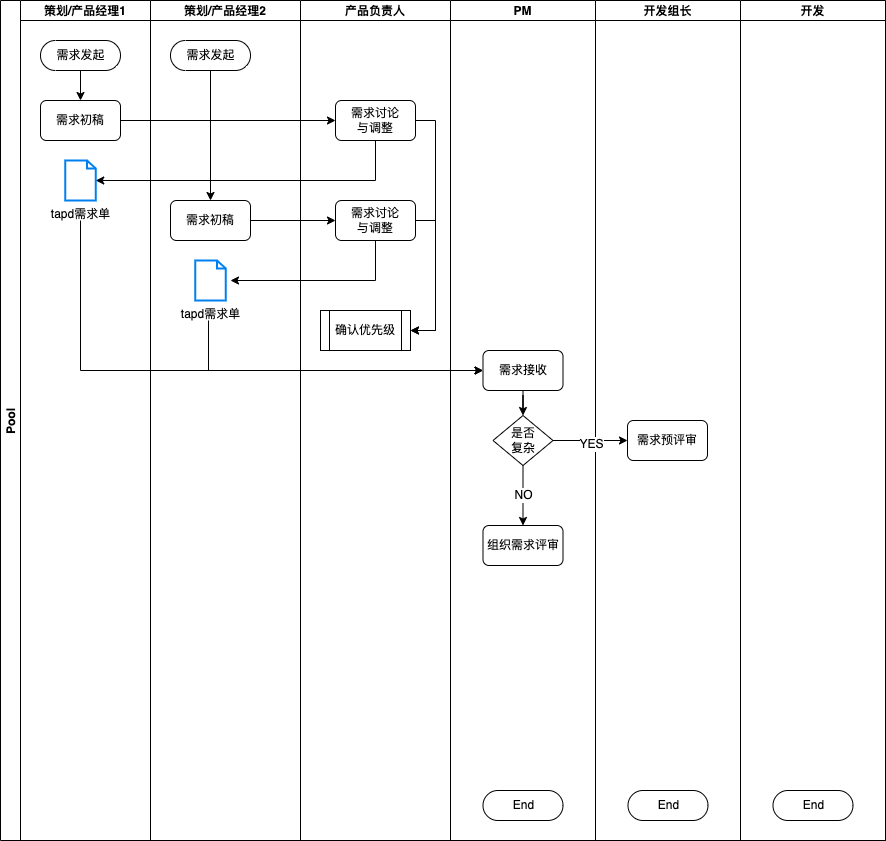
Before: Untitled Diagram.drawio.png, a diagram exported from draw.io (derek964/the-economist-ebooks). Source tidied: cells renumbered, new cells last; positions are measured from the earlier drawing's top-left corner, leaving out a move shared by most shapes. Source of this version:
```xml
<mxGraphModel>
  <root>
    <mxCell id="0" />
    <mxCell id="1" parent="0" />
    <mxCell id="2" value="Pool" style="swimlane;startSize=20;horizontal=0;" parent="1" vertex="1">
      <mxGeometry width="885" height="840" as="geometry" />
    </mxCell>
    <mxCell id="3" value="策划/产品经理1" style="swimlane;startSize=20;" parent="2" vertex="1">
      <mxGeometry x="20" width="130" height="840" as="geometry" />
    </mxCell>
    <mxCell id="4" style="edgeStyle=orthogonalEdgeStyle;rounded=0;jettySize=auto;html=1;" parent="3" edge="1" source="5" target="6">
      <mxGeometry relative="1" as="geometry" />
    </mxCell>
    <mxCell id="5" value="需求发起" style="html=1;dashed=0;whitespace=wrap;shape=mxgraph.dfd.start;" parent="3" vertex="1">
      <mxGeometry x="20" y="40" width="80" height="30" as="geometry" />
    </mxCell>
    <mxCell id="6" value="需求初稿" style="rounded=1;whiteSpace=wrap;html=1;" parent="3" vertex="1">
      <mxGeometry x="20" y="100" width="80" height="40" as="geometry" />
    </mxCell>
    <mxCell id="7" value="tapd需求单" style="html=1;verticalLabelPosition=bottom;align=center;labelBackgroundColor=#ffffff;verticalAlign=top;strokeWidth=2;strokeColor=#0080F0;shadow=0;dashed=0;shape=mxgraph.ios7.icons.document;fillColor=#FFFFFF;" parent="3" vertex="1">
      <mxGeometry x="44.8" y="160" width="30.5" height="40" as="geometry" />
    </mxCell>
    <mxCell id="8" value="策划/产品经理2" style="swimlane;startSize=20;" parent="2" vertex="1">
      <mxGeometry x="150" width="150" height="840" as="geometry" />
    </mxCell>
    <mxCell id="9" value="需求发起" style="html=1;dashed=0;whitespace=wrap;shape=mxgraph.dfd.start;" parent="8" vertex="1">
      <mxGeometry x="20" y="40" width="80" height="30" as="geometry" />
    </mxCell>
    <mxCell id="10" value="需求初稿" style="rounded=1;whiteSpace=wrap;html=1;" parent="8" vertex="1">
      <mxGeometry x="20" y="200" width="80" height="40" as="geometry" />
    </mxCell>
    <mxCell id="11" style="edgeStyle=orthogonalEdgeStyle;rounded=0;jettySize=auto;html=1;" parent="8" edge="1" source="9" target="10">
      <mxGeometry relative="1" as="geometry" />
    </mxCell>
    <mxCell id="12" value="tapd需求单" style="html=1;verticalLabelPosition=bottom;align=center;labelBackgroundColor=#ffffff;verticalAlign=top;strokeWidth=2;strokeColor=#0080F0;shadow=0;dashed=0;shape=mxgraph.ios7.icons.document;fillColor=#FFFFFF;" parent="8" vertex="1">
      <mxGeometry x="44.8" y="260" width="30.5" height="40" as="geometry" />
    </mxCell>
    <mxCell id="13" style="edgeStyle=orthogonalEdgeStyle;rounded=0;jettySize=auto;html=1;" parent="2" edge="1" source="10" target="17">
      <mxGeometry relative="1" as="geometry" />
    </mxCell>
    <mxCell id="14" value="产品负责人" style="swimlane;startSize=20;" parent="2" vertex="1">
      <mxGeometry x="300" width="150" height="840" as="geometry" />
    </mxCell>
    <mxCell id="15" style="edgeStyle=orthogonalEdgeStyle;rounded=0;jettySize=auto;html=1;exitX=1;exitY=0.5;exitDx=0;exitDy=0;entryX=1;entryY=0.5;entryDx=0;entryDy=0;" parent="14" edge="1" source="17" target="19">
      <mxGeometry relative="1" as="geometry" />
    </mxCell>
    <mxCell id="16" value="需求讨论&lt;br&gt;与调整" style="rounded=1;whiteSpace=wrap;html=1;" parent="14" vertex="1">
      <mxGeometry x="35" y="100" width="80" height="40" as="geometry" />
    </mxCell>
    <mxCell id="17" value="需求讨论&lt;br&gt;与调整" style="rounded=1;whiteSpace=wrap;html=1;" parent="14" vertex="1">
      <mxGeometry x="35" y="200" width="80" height="40" as="geometry" />
    </mxCell>
    <mxCell id="18" style="edgeStyle=orthogonalEdgeStyle;rounded=0;jettySize=auto;html=1;exitX=1;exitY=0.5;exitDx=0;exitDy=0;entryX=1;entryY=0.5;entryDx=0;entryDy=0;" parent="14" edge="1" source="16" target="19">
      <mxGeometry relative="1" as="geometry">
        <Array as="points">
          <mxPoint x="135" y="120" />
          <mxPoint x="135" y="330" />
        </Array>
      </mxGeometry>
    </mxCell>
    <mxCell id="19" value="确认优先级" style="shape=process;whiteSpace=wrap;html=1;backgroundOutline=1;" parent="14" vertex="1">
      <mxGeometry x="20" y="310" width="90" height="40" as="geometry" />
    </mxCell>
    <mxCell id="20" value="PM" style="swimlane;startSize=20;" parent="2" vertex="1">
      <mxGeometry x="450" width="145" height="840" as="geometry" />
    </mxCell>
    <mxCell id="21" value="End" style="html=1;dashed=0;whitespace=wrap;shape=mxgraph.dfd.start;" parent="20" vertex="1">
      <mxGeometry x="32.5" y="790" width="80" height="30" as="geometry" />
    </mxCell>
    <mxCell id="22" style="edgeStyle=orthogonalEdgeStyle;rounded=0;jettySize=auto;html=1;" parent="20" edge="1" source="23" target="25">
      <mxGeometry relative="1" as="geometry" />
    </mxCell>
    <mxCell id="23" value="需求接收" style="rounded=1;whiteSpace=wrap;html=1;" parent="20" vertex="1">
      <mxGeometry x="32.5" y="350" width="80" height="40" as="geometry" />
    </mxCell>
    <mxCell id="24" value="NO" style="edgeStyle=orthogonalEdgeStyle;rounded=0;jettySize=auto;html=1;" parent="20" edge="1" source="25" target="26">
      <mxGeometry relative="1" as="geometry" />
    </mxCell>
    <mxCell id="25" value="是否&lt;br&gt;复杂" style="rhombus;whiteSpace=wrap;html=1;fillColor=#FFFFFF;" parent="20" vertex="1">
      <mxGeometry x="42.5" y="415" width="60" height="50" as="geometry" />
    </mxCell>
    <mxCell id="26" value="组织需求评审" style="rounded=1;whiteSpace=wrap;html=1;" parent="20" vertex="1">
      <mxGeometry x="32.5" y="525" width="80" height="40" as="geometry" />
    </mxCell>
    <mxCell id="27" value="开发组长" style="swimlane;startSize=20;" parent="2" vertex="1">
      <mxGeometry x="595" width="145" height="840" as="geometry" />
    </mxCell>
    <mxCell id="28" value="End" style="html=1;dashed=0;whitespace=wrap;shape=mxgraph.dfd.start;" parent="27" vertex="1">
      <mxGeometry x="32.5" y="790" width="80" height="30" as="geometry" />
    </mxCell>
    <mxCell id="29" value="需求预评审" style="rounded=1;whiteSpace=wrap;html=1;" parent="27" vertex="1">
      <mxGeometry x="32" y="420" width="80" height="40" as="geometry" />
    </mxCell>
    <mxCell id="30" value="开发" style="swimlane;startSize=20;" parent="2" vertex="1">
      <mxGeometry x="740" width="145" height="840" as="geometry" />
    </mxCell>
    <mxCell id="31" value="End" style="html=1;dashed=0;whitespace=wrap;shape=mxgraph.dfd.start;" parent="30" vertex="1">
      <mxGeometry x="32.5" y="790" width="80" height="30" as="geometry" />
    </mxCell>
    <mxCell id="32" style="edgeStyle=orthogonalEdgeStyle;rounded=0;jettySize=auto;html=1;entryX=0;entryY=0.5;entryDx=0;entryDy=0;exitX=1;exitY=0.5;exitDx=0;exitDy=0;" parent="2" edge="1" source="6" target="16">
      <mxGeometry relative="1" as="geometry" />
    </mxCell>
    <mxCell id="33" style="edgeStyle=orthogonalEdgeStyle;rounded=0;jettySize=auto;html=1;exitX=0.5;exitY=1;exitDx=0;exitDy=0;" parent="2" edge="1" source="16" target="7">
      <mxGeometry relative="1" as="geometry">
        <Array as="points">
          <mxPoint x="375" y="180" />
        </Array>
      </mxGeometry>
    </mxCell>
    <mxCell id="34" style="edgeStyle=orthogonalEdgeStyle;rounded=0;jettySize=auto;html=1;startArrow=none;exitX=0.5;exitY=1;exitDx=0;exitDy=0;" parent="2" edge="1" source="17">
      <mxGeometry relative="1" as="geometry">
        <mxPoint x="230" y="280" as="targetPoint" />
        <Array as="points">
          <mxPoint x="375" y="280" />
        </Array>
      </mxGeometry>
    </mxCell>
    <mxCell id="35" style="edgeStyle=orthogonalEdgeStyle;rounded=0;jettySize=auto;html=1;entryX=0;entryY=0.5;entryDx=0;entryDy=0;" parent="2" edge="1" target="23">
      <mxGeometry relative="1" as="geometry">
        <mxPoint x="80" y="220" as="sourcePoint" />
        <Array as="points">
          <mxPoint x="80" y="370" />
        </Array>
      </mxGeometry>
    </mxCell>
    <mxCell id="36" style="edgeStyle=orthogonalEdgeStyle;rounded=0;jettySize=auto;html=1;entryX=0;entryY=0.5;entryDx=0;entryDy=0;" parent="2" edge="1" target="23">
      <mxGeometry relative="1" as="geometry">
        <mxPoint x="208" y="320" as="sourcePoint" />
        <Array as="points">
          <mxPoint x="208" y="370" />
        </Array>
      </mxGeometry>
    </mxCell>
    <mxCell id="37" style="edgeStyle=orthogonalEdgeStyle;rounded=0;jettySize=auto;html=1;" parent="2" edge="1" source="25" target="29">
      <mxGeometry relative="1" as="geometry" />
    </mxCell>
    <mxCell id="38" value="YES" style="edgeLabel;html=1;align=center;verticalAlign=middle;" parent="37" vertex="1">
      <mxGeometry x="0.01" y="-2" relative="1" as="geometry">
        <mxPoint x="1" y="1" as="offset" />
      </mxGeometry>
    </mxCell>
  </root>
</mxGraphModel>
```
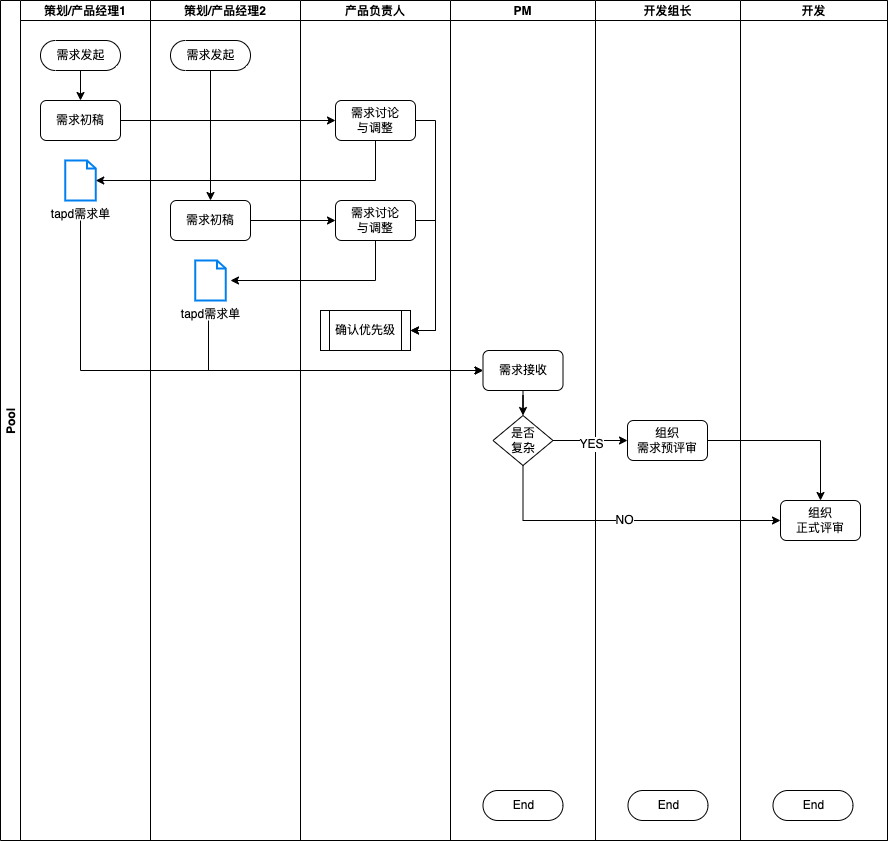
The same file after the commit.

Diff of the diagram source:
```diff
@@ -3,7 +3,7 @@
     <mxCell id="0" />
     <mxCell id="1" parent="0" />
     <mxCell id="2" value="Pool" style="swimlane;startSize=20;horizontal=0;" parent="1" vertex="1">
-      <mxGeometry width="885" height="840" as="geometry" />
+      <mxGeometry width="887" height="840" as="geometry" />
     </mxCell>
     <mxCell id="3" value="策划/产品经理1" style="swimlane;startSize=20;" parent="2" vertex="1">
       <mxGeometry x="20" width="130" height="840" as="geometry" />
@@ -73,30 +73,27 @@
     <mxCell id="23" value="需求接收" style="rounded=1;whiteSpace=wrap;html=1;" parent="20" vertex="1">
       <mxGeometry x="32.5" y="350" width="80" height="40" as="geometry" />
     </mxCell>
-    <mxCell id="24" value="NO" style="edgeStyle=orthogonalEdgeStyle;rounded=0;jettySize=auto;html=1;" parent="20" edge="1" source="25" target="26">
-      <mxGeometry relative="1" as="geometry" />
-    </mxCell>
     <mxCell id="25" value="是否&lt;br&gt;复杂" style="rhombus;whiteSpace=wrap;html=1;fillColor=#FFFFFF;" parent="20" vertex="1">
       <mxGeometry x="42.5" y="415" width="60" height="50" as="geometry" />
     </mxCell>
-    <mxCell id="26" value="组织需求评审" style="rounded=1;whiteSpace=wrap;html=1;" parent="20" vertex="1">
-      <mxGeometry x="32.5" y="525" width="80" height="40" as="geometry" />
-    </mxCell>
     <mxCell id="27" value="开发组长" style="swimlane;startSize=20;" parent="2" vertex="1">
       <mxGeometry x="595" width="145" height="840" as="geometry" />
     </mxCell>
     <mxCell id="28" value="End" style="html=1;dashed=0;whitespace=wrap;shape=mxgraph.dfd.start;" parent="27" vertex="1">
       <mxGeometry x="32.5" y="790" width="80" height="30" as="geometry" />
     </mxCell>
-    <mxCell id="29" value="需求预评审" style="rounded=1;whiteSpace=wrap;html=1;" parent="27" vertex="1">
+    <mxCell id="29" value="组织&lt;br&gt;需求预评审" style="rounded=1;whiteSpace=wrap;html=1;" parent="27" vertex="1">
       <mxGeometry x="32" y="420" width="80" height="40" as="geometry" />
     </mxCell>
     <mxCell id="30" value="开发" style="swimlane;startSize=20;" parent="2" vertex="1">
-      <mxGeometry x="740" width="145" height="840" as="geometry" />
+      <mxGeometry x="740" width="147" height="840" as="geometry" />
     </mxCell>
     <mxCell id="31" value="End" style="html=1;dashed=0;whitespace=wrap;shape=mxgraph.dfd.start;" parent="30" vertex="1">
       <mxGeometry x="32.5" y="790" width="80" height="30" as="geometry" />
     </mxCell>
+    <mxCell id="26" value="组织&lt;br&gt;正式评审" style="rounded=1;whiteSpace=wrap;html=1;" parent="30" vertex="1">
+      <mxGeometry x="40" y="500" width="80" height="40" as="geometry" />
+    </mxCell>
     <mxCell id="32" style="edgeStyle=orthogonalEdgeStyle;rounded=0;jettySize=auto;html=1;entryX=0;entryY=0.5;entryDx=0;entryDy=0;exitX=1;exitY=0.5;exitDx=0;exitDy=0;" parent="2" edge="1" source="6" target="16">
       <mxGeometry relative="1" as="geometry" />
     </mxCell>
@@ -139,5 +136,11 @@
         <mxPoint x="1" y="1" as="offset" />
       </mxGeometry>
     </mxCell>
+    <mxCell id="24" value="NO" style="edgeStyle=orthogonalEdgeStyle;rounded=0;jettySize=auto;html=1;exitX=0.5;exitY=1;exitDx=0;exitDy=0;entryX=0;entryY=0.5;entryDx=0;entryDy=0;" parent="2" edge="1" source="25" target="26">
+      <mxGeometry relative="1" as="geometry" />
+    </mxCell>
+    <mxCell id="39" style="edgeStyle=orthogonalEdgeStyle;rounded=0;jettySize=auto;html=1;entryX=0.5;entryY=0;entryDx=0;entryDy=0;" parent="2" edge="1" source="29" target="26">
+      <mxGeometry relative="1" as="geometry" />
+    </mxCell>
   </root>
 </mxGraphModel>
```
